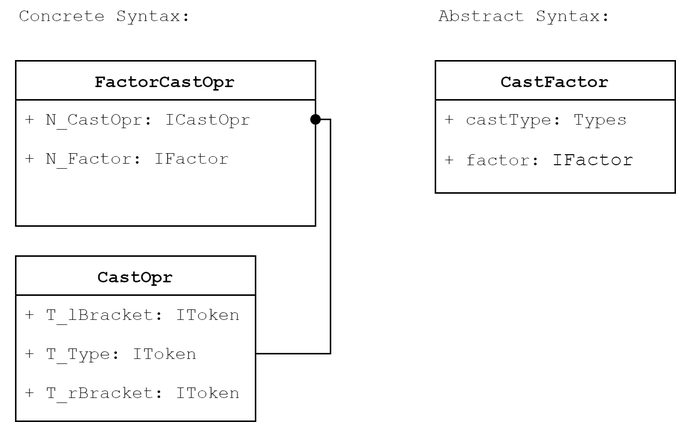
The draw.io diagram src/main/resources/uml_ast.png in brothers28/cpib, before a commit. Source tidied: cells renumbered, new cells last; positions are measured from the earlier drawing's top-left corner, leaving out a move shared by most shapes. Source of this version:
```xml
<mxGraphModel>
  <root>
    <mxCell id="0" />
    <mxCell id="1" parent="0" />
    <mxCell id="2" value="CastFactor" style="swimlane;html=1;fontStyle=1;align=center;verticalAlign=top;horizontal=1;startSize=26;swimlaneFillColor=#ffffff;rounded=0;shadow=0;comic=0;labelBackgroundColor=none;strokeWidth=1;fillColor=none;fontFamily=Courier New;fontSize=12;" parent="1" vertex="1">
      <mxGeometry x="290" y="40" width="160" height="88" as="geometry" />
    </mxCell>
    <mxCell id="3" value="+ castType: Types" style="text;html=1;strokeColor=none;fillColor=none;align=left;verticalAlign=top;spacingLeft=4;spacingRight=4;whiteSpace=wrap;overflow=hidden;fontFamily=Courier New;" parent="2" vertex="1">
      <mxGeometry y="26" width="160" height="26" as="geometry" />
    </mxCell>
    <mxCell id="4" value="+ factor:&amp;nbsp;&lt;span style=&quot;background-color: rgb(255, 255, 255); font-size: 9.8pt;&quot;&gt;IFactor&lt;/span&gt;" style="text;html=1;strokeColor=none;fillColor=none;align=left;verticalAlign=top;spacingLeft=4;spacingRight=4;whiteSpace=wrap;overflow=hidden;fontFamily=Courier New;" parent="2" vertex="1">
      <mxGeometry y="52" width="160" height="18" as="geometry" />
    </mxCell>
    <mxCell id="5" value="CastOpr" style="swimlane;html=1;fontStyle=1;align=center;verticalAlign=top;horizontal=1;startSize=26;swimlaneFillColor=#ffffff;rounded=0;shadow=0;comic=0;labelBackgroundColor=none;strokeWidth=1;fillColor=none;fontFamily=Courier New;fontSize=12;" parent="1" vertex="1">
      <mxGeometry x="10" y="170" width="160" height="110" as="geometry" />
    </mxCell>
    <mxCell id="6" value="+ T_lBracket: IToken" style="text;html=1;strokeColor=none;fillColor=none;align=left;verticalAlign=top;spacingLeft=4;spacingRight=4;whiteSpace=wrap;overflow=hidden;fontFamily=Courier New;" parent="5" vertex="1">
      <mxGeometry y="26" width="160" height="26" as="geometry" />
    </mxCell>
    <mxCell id="7" value="+ T_Type: IToken" style="text;html=1;strokeColor=none;fillColor=none;align=left;verticalAlign=top;spacingLeft=4;spacingRight=4;whiteSpace=wrap;overflow=hidden;points=[[0,0.5],[1,0.5]];portConstraint=eastwest;fontFamily=Courier New;" parent="5" vertex="1">
      <mxGeometry y="52" width="160" height="26" as="geometry" />
    </mxCell>
    <mxCell id="8" value="+ T_rBracket: IToken" style="text;html=1;strokeColor=none;fillColor=none;align=left;verticalAlign=top;spacingLeft=4;spacingRight=4;whiteSpace=wrap;overflow=hidden;fontFamily=Courier New;" parent="5" vertex="1">
      <mxGeometry y="78" width="160" height="26" as="geometry" />
    </mxCell>
    <mxCell id="9" value="FactorCastOpr" style="swimlane;html=1;fontStyle=1;align=center;verticalAlign=top;horizontal=1;startSize=26;swimlaneFillColor=#ffffff;rounded=0;shadow=0;comic=0;labelBackgroundColor=none;strokeWidth=1;fillColor=none;fontFamily=Courier New;fontSize=12;" parent="1" vertex="1">
      <mxGeometry x="10" y="40" width="200" height="110" as="geometry" />
    </mxCell>
    <mxCell id="10" value="+ N_CastOpr: ICastOpr" style="text;html=1;strokeColor=none;fillColor=none;align=left;verticalAlign=top;spacingLeft=4;spacingRight=4;whiteSpace=wrap;overflow=hidden;points=[[0,0.5],[1,0.5]];portConstraint=eastwest;fontFamily=Courier New;" parent="9" vertex="1">
      <mxGeometry y="26" width="200" height="26" as="geometry" />
    </mxCell>
    <mxCell id="11" value="+ N_Factor: IFactor" style="text;html=1;strokeColor=none;fillColor=none;align=left;verticalAlign=top;spacingLeft=4;spacingRight=4;whiteSpace=wrap;overflow=hidden;fontFamily=Courier New;" parent="9" vertex="1">
      <mxGeometry y="52" width="200" height="26" as="geometry" />
    </mxCell>
    <mxCell id="12" style="endArrow=oval;html=1;fontFamily=Courier New;endFill=1;entryX=1;entryY=0.5;entryDx=0;entryDy=0;exitX=1;exitY=0.5;exitDx=0;exitDy=0;edgeStyle=orthogonalEdgeStyle;rounded=0;" parent="1" edge="1" source="7" target="10">
      <mxGeometry relative="1" as="geometry" />
    </mxCell>
    <mxCell id="13" value="Abstract Syntax:" style="text;html=1;strokeColor=none;fillColor=none;align=center;verticalAlign=middle;whiteSpace=wrap;rounded=0;fontFamily=Courier New;" parent="1" vertex="1">
      <mxGeometry x="280" width="140" height="20" as="geometry" />
    </mxCell>
    <mxCell id="14" value="Concrete Syntax:" style="text;html=1;strokeColor=none;fillColor=none;align=center;verticalAlign=middle;whiteSpace=wrap;rounded=0;fontFamily=Courier New;" parent="1" vertex="1">
      <mxGeometry width="140" height="20" as="geometry" />
    </mxCell>
  </root>
</mxGraphModel>
```
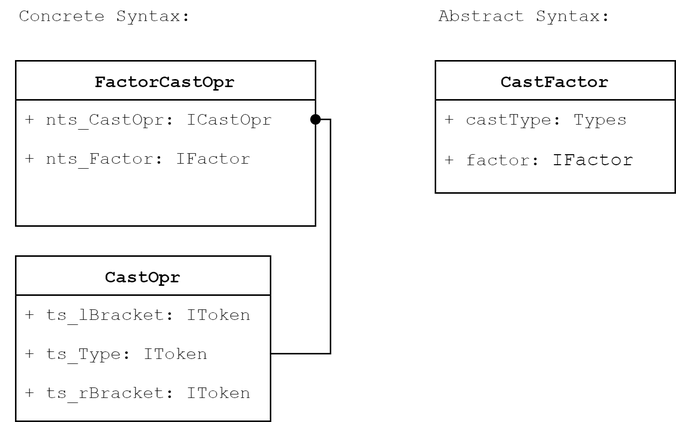
After the change.

Change to the diagram source:
```diff
@@ -12,24 +12,24 @@
       <mxGeometry y="52" width="160" height="18" as="geometry" />
     </mxCell>
     <mxCell id="5" value="CastOpr" style="swimlane;html=1;fontStyle=1;align=center;verticalAlign=top;horizontal=1;startSize=26;swimlaneFillColor=#ffffff;rounded=0;shadow=0;comic=0;labelBackgroundColor=none;strokeWidth=1;fillColor=none;fontFamily=Courier New;fontSize=12;" parent="1" vertex="1">
-      <mxGeometry x="10" y="170" width="160" height="110" as="geometry" />
+      <mxGeometry x="10" y="170" width="170" height="110" as="geometry" />
     </mxCell>
-    <mxCell id="6" value="+ T_lBracket: IToken" style="text;html=1;strokeColor=none;fillColor=none;align=left;verticalAlign=top;spacingLeft=4;spacingRight=4;whiteSpace=wrap;overflow=hidden;fontFamily=Courier New;" parent="5" vertex="1">
-      <mxGeometry y="26" width="160" height="26" as="geometry" />
+    <mxCell id="6" value="+ ts_lBracket: IToken" style="text;html=1;strokeColor=none;fillColor=none;align=left;verticalAlign=top;spacingLeft=4;spacingRight=4;whiteSpace=wrap;overflow=hidden;fontFamily=Courier New;" parent="5" vertex="1">
+      <mxGeometry y="26" width="170" height="26" as="geometry" />
     </mxCell>
-    <mxCell id="7" value="+ T_Type: IToken" style="text;html=1;strokeColor=none;fillColor=none;align=left;verticalAlign=top;spacingLeft=4;spacingRight=4;whiteSpace=wrap;overflow=hidden;points=[[0,0.5],[1,0.5]];portConstraint=eastwest;fontFamily=Courier New;" parent="5" vertex="1">
-      <mxGeometry y="52" width="160" height="26" as="geometry" />
+    <mxCell id="7" value="+ ts_Type: IToken" style="text;html=1;strokeColor=none;fillColor=none;align=left;verticalAlign=top;spacingLeft=4;spacingRight=4;whiteSpace=wrap;overflow=hidden;points=[[0,0.5],[1,0.5]];portConstraint=eastwest;fontFamily=Courier New;" parent="5" vertex="1">
+      <mxGeometry y="52" width="170" height="26" as="geometry" />
     </mxCell>
-    <mxCell id="8" value="+ T_rBracket: IToken" style="text;html=1;strokeColor=none;fillColor=none;align=left;verticalAlign=top;spacingLeft=4;spacingRight=4;whiteSpace=wrap;overflow=hidden;fontFamily=Courier New;" parent="5" vertex="1">
-      <mxGeometry y="78" width="160" height="26" as="geometry" />
+    <mxCell id="8" value="+ ts_rBracket: IToken" style="text;html=1;strokeColor=none;fillColor=none;align=left;verticalAlign=top;spacingLeft=4;spacingRight=4;whiteSpace=wrap;overflow=hidden;fontFamily=Courier New;" parent="5" vertex="1">
+      <mxGeometry y="78" width="170" height="26" as="geometry" />
     </mxCell>
     <mxCell id="9" value="FactorCastOpr" style="swimlane;html=1;fontStyle=1;align=center;verticalAlign=top;horizontal=1;startSize=26;swimlaneFillColor=#ffffff;rounded=0;shadow=0;comic=0;labelBackgroundColor=none;strokeWidth=1;fillColor=none;fontFamily=Courier New;fontSize=12;" parent="1" vertex="1">
       <mxGeometry x="10" y="40" width="200" height="110" as="geometry" />
     </mxCell>
-    <mxCell id="10" value="+ N_CastOpr: ICastOpr" style="text;html=1;strokeColor=none;fillColor=none;align=left;verticalAlign=top;spacingLeft=4;spacingRight=4;whiteSpace=wrap;overflow=hidden;points=[[0,0.5],[1,0.5]];portConstraint=eastwest;fontFamily=Courier New;" parent="9" vertex="1">
+    <mxCell id="10" value="+ nts_CastOpr: ICastOpr" style="text;html=1;strokeColor=none;fillColor=none;align=left;verticalAlign=top;spacingLeft=4;spacingRight=4;whiteSpace=wrap;overflow=hidden;points=[[0,0.5],[1,0.5]];portConstraint=eastwest;fontFamily=Courier New;" parent="9" vertex="1">
       <mxGeometry y="26" width="200" height="26" as="geometry" />
     </mxCell>
-    <mxCell id="11" value="+ N_Factor: IFactor" style="text;html=1;strokeColor=none;fillColor=none;align=left;verticalAlign=top;spacingLeft=4;spacingRight=4;whiteSpace=wrap;overflow=hidden;fontFamily=Courier New;" parent="9" vertex="1">
+    <mxCell id="11" value="+ nts_Factor: IFactor" style="text;html=1;strokeColor=none;fillColor=none;align=left;verticalAlign=top;spacingLeft=4;spacingRight=4;whiteSpace=wrap;overflow=hidden;fontFamily=Courier New;" parent="9" vertex="1">
       <mxGeometry y="52" width="200" height="26" as="geometry" />
     </mxCell>
     <mxCell id="12" style="endArrow=oval;html=1;fontFamily=Courier New;endFill=1;entryX=1;entryY=0.5;entryDx=0;entryDy=0;exitX=1;exitY=0.5;exitDx=0;exitDy=0;edgeStyle=orthogonalEdgeStyle;rounded=0;" parent="1" edge="1" source="7" target="10">
```
